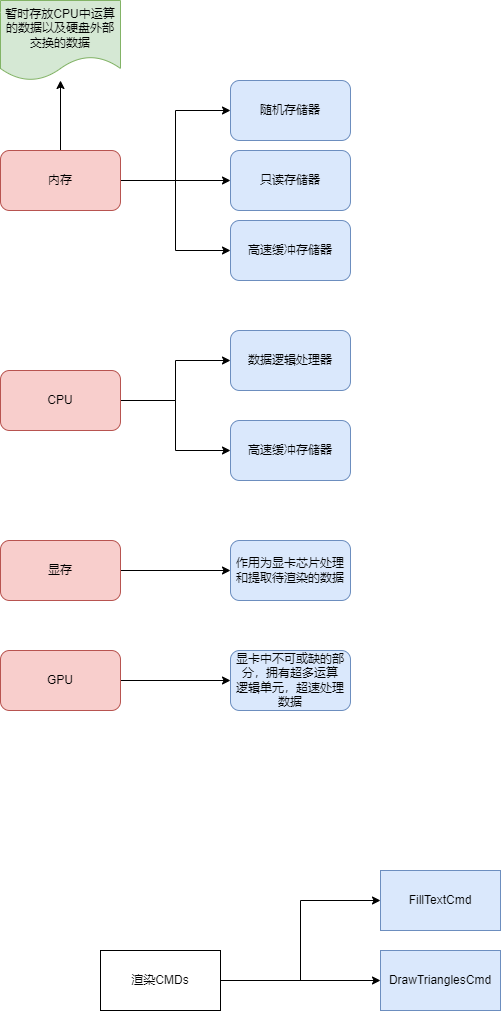
Earlier version of the draw.io export 未命名绘图.drawio.png (nikeoboy/mahjong). Source tidied: cells renumbered, new cells last; positions are measured from the earlier drawing's top-left corner, leaving out a move shared by most shapes.
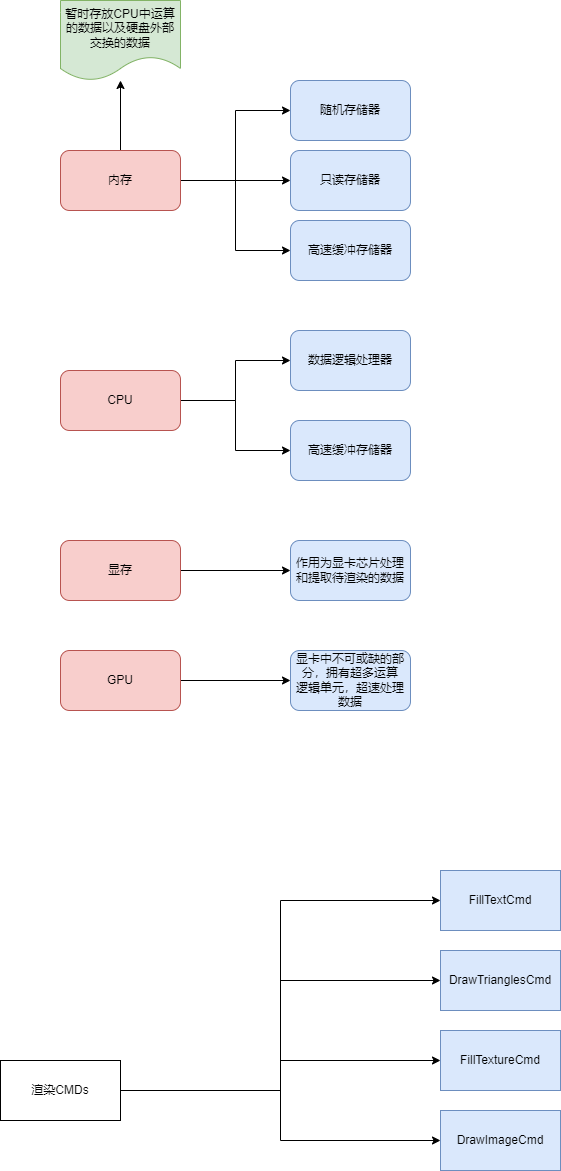
After the commit.

Commit message:
更新未命名绘图.drawio.png

Change to the diagram source:
```diff
@@ -68,8 +68,14 @@
     <mxCell id="23" style="edgeStyle=orthogonalEdgeStyle;rounded=0;jettySize=auto;html=1;exitX=1;exitY=0.5;exitDx=0;exitDy=0;entryX=0;entryY=0.5;entryDx=0;entryDy=0;" parent="1" edge="1" source="24" target="26">
       <mxGeometry relative="1" as="geometry" />
     </mxCell>
+    <mxCell id="27" style="edgeStyle=orthogonalEdgeStyle;rounded=0;jettySize=auto;html=1;exitX=1;exitY=0.5;exitDx=0;exitDy=0;" parent="1" edge="1" source="24" target="29">
+      <mxGeometry relative="1" as="geometry" />
+    </mxCell>
+    <mxCell id="28" style="edgeStyle=orthogonalEdgeStyle;rounded=0;jettySize=auto;html=1;exitX=1;exitY=0.5;exitDx=0;exitDy=0;entryX=0;entryY=0.5;entryDx=0;entryDy=0;" parent="1" edge="1" source="24" target="30">
+      <mxGeometry relative="1" as="geometry" />
+    </mxCell>
     <mxCell id="24" value="渲染CMDs" style="rounded=0;whiteSpace=wrap;html=1;" parent="1" vertex="1">
-      <mxGeometry x="100" y="950" width="120" height="60" as="geometry" />
+      <mxGeometry x="-60" y="1060" width="120" height="60" as="geometry" />
     </mxCell>
     <mxCell id="25" value="FillTextCmd" style="whiteSpace=wrap;html=1;rounded=0;fillColor=#dae8fc;strokeColor=#6c8ebf;" parent="1" vertex="1">
       <mxGeometry x="380" y="870" width="120" height="60" as="geometry" />
@@ -77,5 +83,11 @@
     <mxCell id="26" value="DrawTrianglesCmd" style="whiteSpace=wrap;html=1;rounded=0;fillColor=#dae8fc;strokeColor=#6c8ebf;" parent="1" vertex="1">
       <mxGeometry x="380" y="950" width="120" height="60" as="geometry" />
     </mxCell>
+    <mxCell id="29" value="FillTextureCmd" style="whiteSpace=wrap;html=1;rounded=0;fillColor=#dae8fc;strokeColor=#6c8ebf;" parent="1" vertex="1">
+      <mxGeometry x="380" y="1030" width="120" height="60" as="geometry" />
+    </mxCell>
+    <mxCell id="30" value="DrawImageCmd" style="whiteSpace=wrap;html=1;rounded=0;fillColor=#dae8fc;strokeColor=#6c8ebf;" parent="1" vertex="1">
+      <mxGeometry x="380" y="1110" width="120" height="60" as="geometry" />
+    </mxCell>
   </root>
 </mxGraphModel>
```
